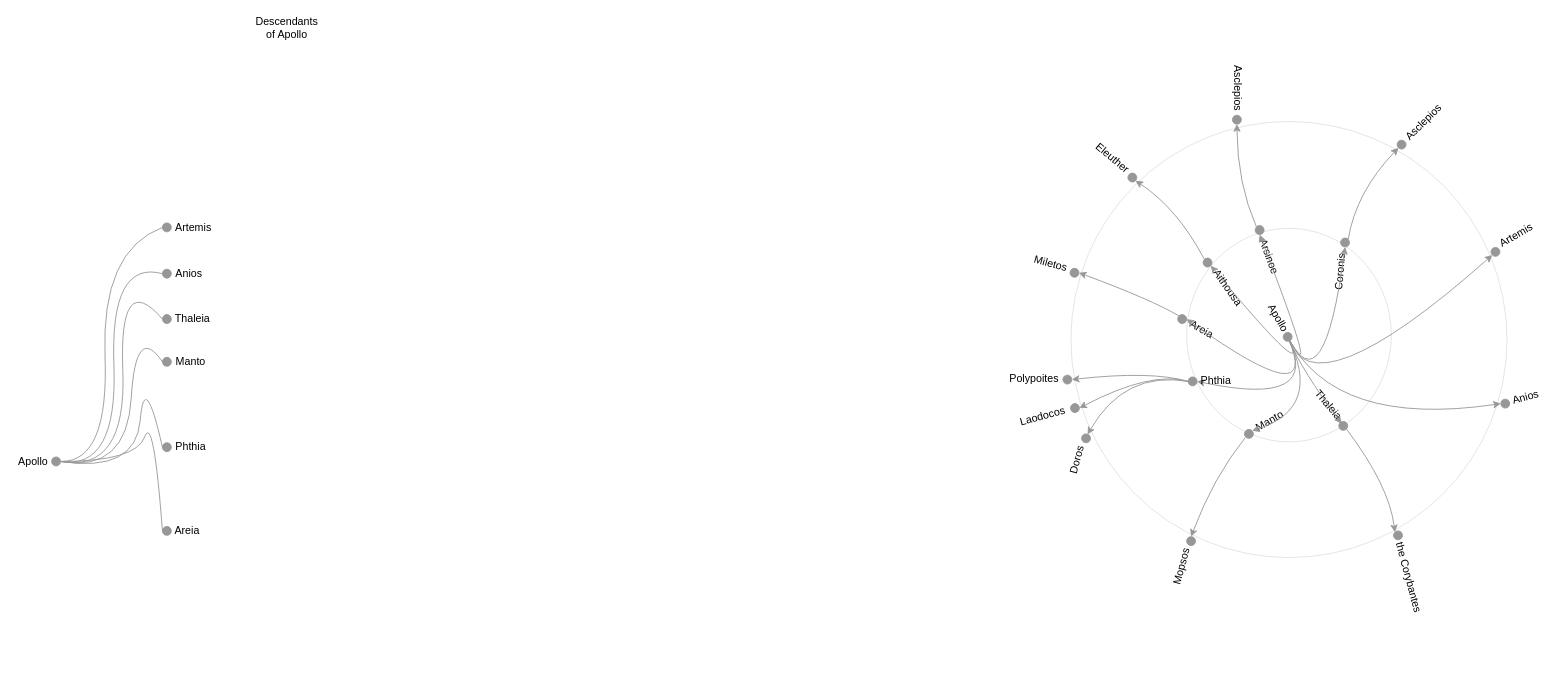
Earlier version of the draw.io diagram page "Linear tidytree" (3 of 3) of img/Tidytree and Dendrograms.drawio (yayalu/greekgraphs-prototypes). Source tidied: cells renumbered, new cells numbered last; positions are measured from the earlier drawing's top-left corner, leaving out a move shared by most shapes. Both pictures are drawn from the tidied source at 89%, with x=0, y=0 at pixel (14, 19).
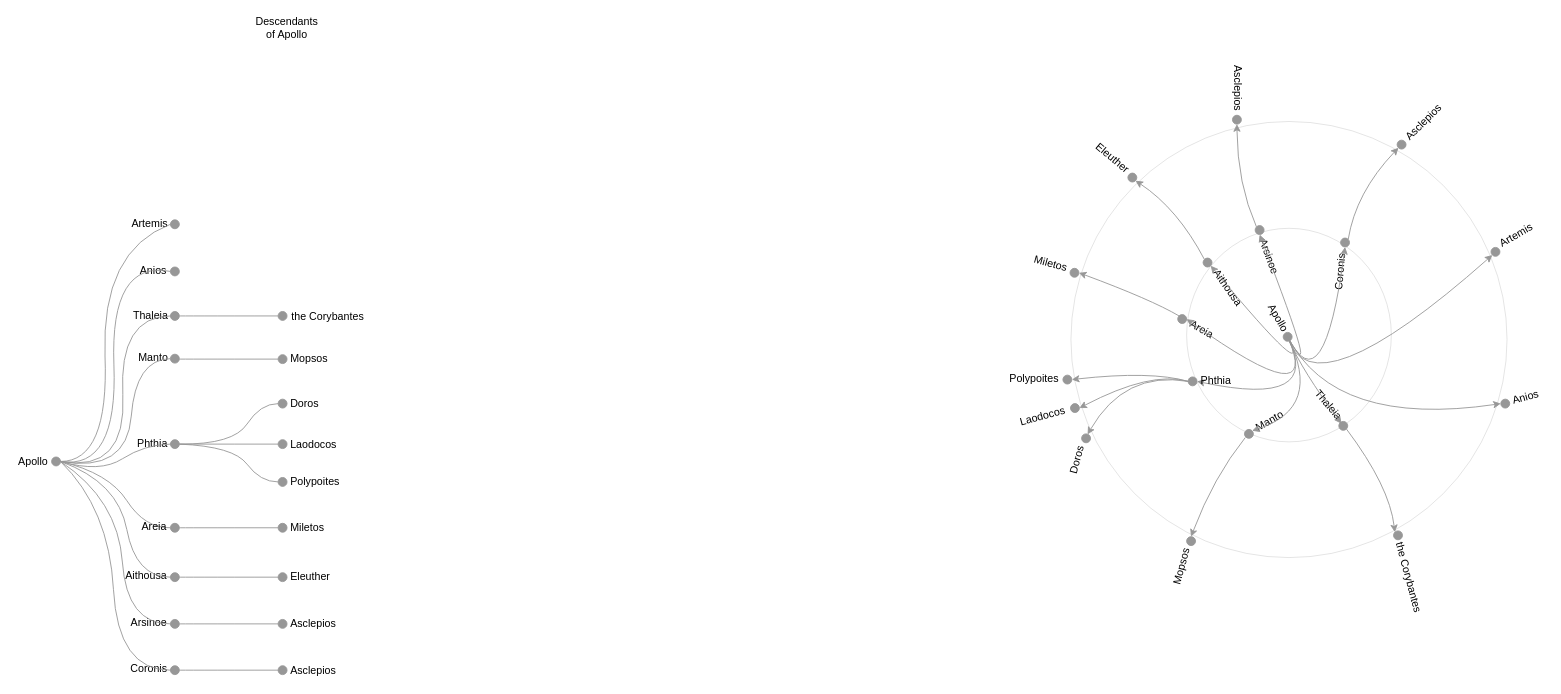
The same page after the edit.

Commit message:
Finished linear tidytree

Unchanged cells that the change refers to:
```xml
<mxCell id="61" style="ellipse;whiteSpace=wrap;html=1;fillColor=#979797;strokeColor=#979797;" parent="1" vertex="1">
  <mxGeometry x="41.5" y="492" width="10" height="10" as="geometry" />
</mxCell>
```

The edit, as a diff of the source:
```diff
@@
     <mxCell id="63" style="ellipse;whiteSpace=wrap;html=1;fillColor=#979797;strokeColor=#979797;" parent="1" vertex="1">
-      <mxGeometry x="166" y="229" width="10" height="10" as="geometry" />
+      <mxGeometry x="175" y="225.5" width="10" height="10" as="geometry" />
     </mxCell>
     <mxCell id="64" value="Artemis" style="text;html=1;strokeColor=none;fillColor=none;align=center;verticalAlign=middle;whiteSpace=wrap;rounded=0;rotation=0;" parent="1" vertex="1">
-      <mxGeometry x="181" y="224" width="40" height="20" as="geometry" />
+      <mxGeometry x="132" y="219.5" width="40" height="20" as="geometry" />
     </mxCell>
-    <mxCell id="65" style="curved=1;endArrow=none;html=1;strokeColor=#979797;entryX=0;entryY=0.5;entryDx=0;entryDy=0;exitX=1;exitY=0.5;exitDx=0;exitDy=0;endFill=0;" parent="1" edge="1" target="63">
+    <mxCell id="65" style="curved=1;endArrow=none;html=1;strokeColor=#979797;entryX=0;entryY=0.5;entryDx=0;entryDy=0;exitX=1;exitY=0.5;exitDx=0;exitDy=0;endFill=0;" parent="1" edge="1" source="61" target="63">
       <mxGeometry relative="1" as="geometry">
-        <mxPoint x="52.5" y="497" as="sourcePoint" />
         <Array as="points">
           <mxPoint x="106" y="497" />
           <mxPoint x="97" y="260" />
         </Array>
       </mxGeometry>
     </mxCell>
     <mxCell id="66" style="ellipse;whiteSpace=wrap;html=1;fillColor=#979797;strokeColor=#979797;" parent="1" vertex="1">
-      <mxGeometry x="166" y="281" width="10" height="10" as="geometry" />
+      <mxGeometry x="175" y="278.5" width="10" height="10" as="geometry" />
     </mxCell>
     <mxCell id="67" value="Anios" style="text;html=1;strokeColor=none;fillColor=none;align=center;verticalAlign=middle;whiteSpace=wrap;rounded=0;rotation=0;" parent="1" vertex="1">
-      <mxGeometry x="176" y="276" width="40" height="20" as="geometry" />
+      <mxGeometry x="136" y="272.9" width="40" height="20" as="geometry" />
     </mxCell>
@@
     <mxCell id="69" style="ellipse;whiteSpace=wrap;html=1;fillColor=#979797;strokeColor=#979797;" parent="1" vertex="1">
-      <mxGeometry x="166" y="332" width="10" height="10" as="geometry" />
+      <mxGeometry x="175" y="328.5" width="10" height="10" as="geometry" />
     </mxCell>
     <mxCell id="70" value="Thaleia" style="text;html=1;strokeColor=none;fillColor=none;align=center;verticalAlign=middle;whiteSpace=wrap;rounded=0;rotation=0;" parent="1" vertex="1">
-      <mxGeometry x="180" y="327" width="40" height="20" as="geometry" />
+      <mxGeometry x="133" y="323" width="40" height="20" as="geometry" />
     </mxCell>
     <mxCell id="71" style="curved=1;endArrow=none;html=1;strokeColor=#979797;entryX=0;entryY=0.5;entryDx=0;entryDy=0;exitX=1;exitY=0.5;exitDx=0;exitDy=0;endFill=0;" parent="1" edge="1" source="61" target="69">
       <mxGeometry relative="1" as="geometry">
         <Array as="points">
           <mxPoint x="126" y="510" />
-          <mxPoint x="117" y="280" />
+          <mxPoint x="117" y="334" />
         </Array>
       </mxGeometry>
     </mxCell>
     <mxCell id="72" style="ellipse;whiteSpace=wrap;html=1;fillColor=#979797;strokeColor=#979797;" parent="1" vertex="1">
-      <mxGeometry x="166" y="380" width="10" height="10" as="geometry" />
+      <mxGeometry x="175" y="376.5" width="10" height="10" as="geometry" />
     </mxCell>
     <mxCell id="73" value="Manto" style="text;html=1;strokeColor=none;fillColor=none;align=center;verticalAlign=middle;whiteSpace=wrap;rounded=0;rotation=0;" parent="1" vertex="1">
-      <mxGeometry x="178" y="375" width="40" height="20" as="geometry" />
+      <mxGeometry x="136" y="371" width="40" height="20" as="geometry" />
     </mxCell>
     <mxCell id="74" style="curved=1;endArrow=none;html=1;strokeColor=#979797;entryX=0;entryY=0.5;entryDx=0;entryDy=0;exitX=1;exitY=0.5;exitDx=0;exitDy=0;endFill=0;" parent="1" edge="1" source="61" target="72">
       <mxGeometry relative="1" as="geometry">
         <Array as="points">
           <mxPoint x="126" y="510" />
-          <mxPoint x="136" y="341" />
+          <mxPoint x="136" y="382" />
         </Array>
       </mxGeometry>
     </mxCell>
     <mxCell id="75" style="ellipse;whiteSpace=wrap;html=1;fillColor=#979797;strokeColor=#979797;" parent="1" vertex="1">
-      <mxGeometry x="166" y="476" width="10" height="10" as="geometry" />
+      <mxGeometry x="175" y="472.5" width="10" height="10" as="geometry" />
     </mxCell>
     <mxCell id="76" value="Phthia" style="text;html=1;strokeColor=none;fillColor=none;align=center;verticalAlign=middle;whiteSpace=wrap;rounded=0;rotation=0;" parent="1" vertex="1">
-      <mxGeometry x="178" y="471" width="40" height="20" as="geometry" />
+      <mxGeometry x="135" y="467" width="40" height="20" as="geometry" />
     </mxCell>
     <mxCell id="77" style="curved=1;endArrow=none;html=1;strokeColor=#979797;entryX=0;entryY=0.5;entryDx=0;entryDy=0;exitX=1;exitY=0.5;exitDx=0;exitDy=0;endFill=0;" parent="1" edge="1" source="61" target="75">
       <mxGeometry relative="1" as="geometry">
         <Array as="points">
-          <mxPoint x="136" y="510" />
-          <mxPoint x="146" y="392" />
+          <mxPoint x="96" y="510" />
+          <mxPoint x="146" y="478" />
         </Array>
       </mxGeometry>
     </mxCell>
     <mxCell id="78" style="ellipse;whiteSpace=wrap;html=1;fillColor=#979797;strokeColor=#979797;" parent="1" vertex="1">
-      <mxGeometry x="166" y="570" width="10" height="10" as="geometry" />
+      <mxGeometry x="175" y="566.5" width="10" height="10" as="geometry" />
     </mxCell>
+    <mxCell id="80" style="curved=1;endArrow=none;html=1;strokeColor=#979797;entryX=0;entryY=0.5;entryDx=0;entryDy=0;endFill=0;exitX=1;exitY=0.5;exitDx=0;exitDy=0;" parent="1" edge="1" source="61" target="78">
+      <mxGeometry relative="1" as="geometry">
+        <Array as="points">
+          <mxPoint x="106" y="510" />
+          <mxPoint x="146" y="572" />
+        </Array>
+      </mxGeometry>
+    </mxCell>
     <mxCell id="79" value="Areia" style="text;html=1;strokeColor=none;fillColor=none;align=center;verticalAlign=middle;whiteSpace=wrap;rounded=0;rotation=0;" parent="1" vertex="1">
-      <mxGeometry x="174" y="565" width="40" height="20" as="geometry" />
+      <mxGeometry x="137" y="560" width="40" height="20" as="geometry" />
     </mxCell>
-    <mxCell id="80" style="curved=1;endArrow=none;html=1;strokeColor=#979797;entryX=0;entryY=0.5;entryDx=0;entryDy=0;exitX=1;exitY=0.5;exitDx=0;exitDy=0;endFill=0;" parent="1" edge="1" source="61" target="78">
-      <mxGeometry relative="1" as="geometry">
-        <Array as="points">
-          <mxPoint x="136" y="497" />
-          <mxPoint x="156" y="442" />
-        </Array>
-      </mxGeometry>
-    </mxCell>
+    <mxCell id="81" style="ellipse;whiteSpace=wrap;html=1;fillColor=#979797;strokeColor=#979797;" parent="1" vertex="1">
+      <mxGeometry x="296" y="328.5" width="10" height="10" as="geometry" />
+    </mxCell>
+    <mxCell id="82" style="curved=1;endArrow=none;html=1;strokeColor=#979797;entryX=0;entryY=0.5;entryDx=0;entryDy=0;endFill=0;exitX=1;exitY=0.5;exitDx=0;exitDy=0;" parent="1" edge="1" source="69" target="81">
+      <mxGeometry relative="1" as="geometry" />
+    </mxCell>
+    <mxCell id="83" value="the Corybantes" style="text;html=1;strokeColor=none;fillColor=none;align=center;verticalAlign=middle;whiteSpace=wrap;rounded=0;rotation=0;" parent="1" vertex="1">
+      <mxGeometry x="308" y="323.5" width="88" height="20" as="geometry" />
+    </mxCell>
+    <mxCell id="84" style="ellipse;whiteSpace=wrap;html=1;fillColor=#979797;strokeColor=#979797;" parent="1" vertex="1">
+      <mxGeometry x="296" y="377" width="10" height="10" as="geometry" />
+    </mxCell>
+    <mxCell id="85" style="curved=1;endArrow=none;html=1;strokeColor=#979797;entryX=0;entryY=0.5;entryDx=0;entryDy=0;endFill=0;exitX=1;exitY=0.5;exitDx=0;exitDy=0;" parent="1" edge="1" target="84">
+      <mxGeometry relative="1" as="geometry">
+        <mxPoint x="185" y="382" as="sourcePoint" />
+      </mxGeometry>
+    </mxCell>
+    <mxCell id="86" value="Mopsos" style="text;html=1;strokeColor=none;fillColor=none;align=left;verticalAlign=middle;whiteSpace=wrap;rounded=0;rotation=0;" parent="1" vertex="1">
+      <mxGeometry x="308" y="372" width="88" height="20" as="geometry" />
+    </mxCell>
+    <mxCell id="87" style="ellipse;whiteSpace=wrap;html=1;fillColor=#979797;strokeColor=#979797;" parent="1" vertex="1">
+      <mxGeometry x="296" y="472.5" width="10" height="10" as="geometry" />
+    </mxCell>
+    <mxCell id="88" style="curved=1;endArrow=none;html=1;strokeColor=#979797;entryX=0;entryY=0.5;entryDx=0;entryDy=0;endFill=0;exitX=1;exitY=0.5;exitDx=0;exitDy=0;" parent="1" edge="1" target="87">
+      <mxGeometry relative="1" as="geometry">
+        <mxPoint x="185" y="477.5" as="sourcePoint" />
+      </mxGeometry>
+    </mxCell>
+    <mxCell id="89" value="Laodocos" style="text;html=1;strokeColor=none;fillColor=none;align=left;verticalAlign=middle;whiteSpace=wrap;rounded=0;rotation=0;" parent="1" vertex="1">
+      <mxGeometry x="308" y="467.5" width="88" height="20" as="geometry" />
+    </mxCell>
+    <mxCell id="90" style="ellipse;whiteSpace=wrap;html=1;fillColor=#979797;strokeColor=#979797;" parent="1" vertex="1">
+      <mxGeometry x="296" y="427" width="10" height="10" as="geometry" />
+    </mxCell>
+    <mxCell id="91" value="Doros" style="text;html=1;strokeColor=none;fillColor=none;align=left;verticalAlign=middle;whiteSpace=wrap;rounded=0;rotation=0;" parent="1" vertex="1">
+      <mxGeometry x="308" y="422" width="88" height="20" as="geometry" />
+    </mxCell>
+    <mxCell id="92" style="ellipse;whiteSpace=wrap;html=1;fillColor=#979797;strokeColor=#979797;" parent="1" vertex="1">
+      <mxGeometry x="296" y="515" width="10" height="10" as="geometry" />
+    </mxCell>
+    <mxCell id="93" value="Polypoites" style="text;html=1;strokeColor=none;fillColor=none;align=left;verticalAlign=middle;whiteSpace=wrap;rounded=0;rotation=0;" parent="1" vertex="1">
+      <mxGeometry x="308" y="510" width="88" height="20" as="geometry" />
+    </mxCell>
+    <mxCell id="94" style="curved=1;endArrow=none;html=1;strokeColor=#979797;endFill=0;exitX=1;exitY=0.5;exitDx=0;exitDy=0;entryX=0;entryY=0.5;entryDx=0;entryDy=0;" parent="1" edge="1" source="75" target="90">
+      <mxGeometry relative="1" as="geometry">
+        <Array as="points">
+          <mxPoint x="246" y="478" />
+          <mxPoint x="276" y="432" />
+        </Array>
+      </mxGeometry>
+    </mxCell>
+    <mxCell id="95" style="curved=1;endArrow=none;html=1;strokeColor=#979797;endFill=0;entryX=0;entryY=0.5;entryDx=0;entryDy=0;exitX=1;exitY=0.5;exitDx=0;exitDy=0;" parent="1" edge="1" source="75" target="92">
+      <mxGeometry relative="1" as="geometry">
+        <Array as="points">
+          <mxPoint x="246" y="480" />
+          <mxPoint x="276" y="520" />
+        </Array>
+      </mxGeometry>
+    </mxCell>
+    <mxCell id="96" style="ellipse;whiteSpace=wrap;html=1;fillColor=#979797;strokeColor=#979797;" parent="1" vertex="1">
+      <mxGeometry x="296" y="566.5" width="10" height="10" as="geometry" />
+    </mxCell>
+    <mxCell id="97" style="curved=1;endArrow=none;html=1;strokeColor=#979797;entryX=0;entryY=0.5;entryDx=0;entryDy=0;endFill=0;exitX=1;exitY=0.5;exitDx=0;exitDy=0;" parent="1" edge="1" target="96">
+      <mxGeometry relative="1" as="geometry">
+        <mxPoint x="185" y="571.5" as="sourcePoint" />
+      </mxGeometry>
+    </mxCell>
+    <mxCell id="98" value="Miletos" style="text;html=1;strokeColor=none;fillColor=none;align=left;verticalAlign=middle;whiteSpace=wrap;rounded=0;rotation=0;" parent="1" vertex="1">
+      <mxGeometry x="308" y="561.5" width="88" height="20" as="geometry" />
+    </mxCell>
+    <mxCell id="99" style="ellipse;whiteSpace=wrap;html=1;fillColor=#979797;strokeColor=#979797;" parent="1" vertex="1">
+      <mxGeometry x="175" y="622" width="10" height="10" as="geometry" />
+    </mxCell>
+    <mxCell id="100" value="Aithousa" style="text;html=1;strokeColor=none;fillColor=none;align=center;verticalAlign=middle;whiteSpace=wrap;rounded=0;rotation=0;" parent="1" vertex="1">
+      <mxGeometry x="128" y="615.5" width="40" height="20" as="geometry" />
+    </mxCell>
+    <mxCell id="101" style="ellipse;whiteSpace=wrap;html=1;fillColor=#979797;strokeColor=#979797;" parent="1" vertex="1">
+      <mxGeometry x="296" y="622" width="10" height="10" as="geometry" />
+    </mxCell>
+    <mxCell id="102" style="curved=1;endArrow=none;html=1;strokeColor=#979797;entryX=0;entryY=0.5;entryDx=0;entryDy=0;endFill=0;exitX=1;exitY=0.5;exitDx=0;exitDy=0;" parent="1" edge="1" target="101">
+      <mxGeometry relative="1" as="geometry">
+        <mxPoint x="185" y="627" as="sourcePoint" />
+      </mxGeometry>
+    </mxCell>
+    <mxCell id="103" value="Eleuther" style="text;html=1;strokeColor=none;fillColor=none;align=left;verticalAlign=middle;whiteSpace=wrap;rounded=0;rotation=0;" parent="1" vertex="1">
+      <mxGeometry x="308" y="617" width="88" height="20" as="geometry" />
+    </mxCell>
+    <mxCell id="104" style="ellipse;whiteSpace=wrap;html=1;fillColor=#979797;strokeColor=#979797;" parent="1" vertex="1">
+      <mxGeometry x="175" y="674.5" width="10" height="10" as="geometry" />
+    </mxCell>
+    <mxCell id="105" value="Arsinoe" style="text;html=1;strokeColor=none;fillColor=none;align=center;verticalAlign=middle;whiteSpace=wrap;rounded=0;rotation=0;" parent="1" vertex="1">
+      <mxGeometry x="131" y="668" width="40" height="20" as="geometry" />
+    </mxCell>
+    <mxCell id="106" style="ellipse;whiteSpace=wrap;html=1;fillColor=#979797;strokeColor=#979797;" parent="1" vertex="1">
+      <mxGeometry x="296" y="674.5" width="10" height="10" as="geometry" />
+    </mxCell>
+    <mxCell id="107" style="curved=1;endArrow=none;html=1;strokeColor=#979797;entryX=0;entryY=0.5;entryDx=0;entryDy=0;endFill=0;exitX=1;exitY=0.5;exitDx=0;exitDy=0;" parent="1" edge="1" target="106">
+      <mxGeometry relative="1" as="geometry">
+        <mxPoint x="185" y="679.5" as="sourcePoint" />
+      </mxGeometry>
+    </mxCell>
+    <mxCell id="108" value="Asclepios" style="text;html=1;strokeColor=none;fillColor=none;align=left;verticalAlign=middle;whiteSpace=wrap;rounded=0;rotation=0;" parent="1" vertex="1">
+      <mxGeometry x="308" y="669.5" width="88" height="20" as="geometry" />
+    </mxCell>
+    <mxCell id="109" style="ellipse;whiteSpace=wrap;html=1;fillColor=#979797;strokeColor=#979797;" parent="1" vertex="1">
+      <mxGeometry x="175" y="726.5" width="10" height="10" as="geometry" />
+    </mxCell>
+    <mxCell id="110" value="Coronis" style="text;html=1;strokeColor=none;fillColor=none;align=center;verticalAlign=middle;whiteSpace=wrap;rounded=0;rotation=0;" parent="1" vertex="1">
+      <mxGeometry x="131" y="720" width="40" height="20" as="geometry" />
+    </mxCell>
+    <mxCell id="111" style="ellipse;whiteSpace=wrap;html=1;fillColor=#979797;strokeColor=#979797;" parent="1" vertex="1">
+      <mxGeometry x="296" y="726.5" width="10" height="10" as="geometry" />
+    </mxCell>
+    <mxCell id="112" style="curved=1;endArrow=none;html=1;strokeColor=#979797;entryX=0;entryY=0.5;entryDx=0;entryDy=0;endFill=0;exitX=1;exitY=0.5;exitDx=0;exitDy=0;" parent="1" edge="1" target="111">
+      <mxGeometry relative="1" as="geometry">
+        <mxPoint x="185" y="731.5" as="sourcePoint" />
+      </mxGeometry>
+    </mxCell>
+    <mxCell id="113" value="Asclepios" style="text;html=1;strokeColor=none;fillColor=none;align=left;verticalAlign=middle;whiteSpace=wrap;rounded=0;rotation=0;" parent="1" vertex="1">
+      <mxGeometry x="308" y="721.5" width="88" height="20" as="geometry" />
+    </mxCell>
+    <mxCell id="114" style="curved=1;endArrow=none;html=1;strokeColor=#979797;entryX=0;entryY=0.5;entryDx=0;entryDy=0;endFill=0;exitX=1;exitY=0.5;exitDx=0;exitDy=0;" parent="1" edge="1" source="61" target="99">
+      <mxGeometry relative="1" as="geometry">
+        <Array as="points">
+          <mxPoint x="116" y="520" />
+          <mxPoint x="136" y="627" />
+        </Array>
+      </mxGeometry>
+    </mxCell>
+    <mxCell id="115" style="curved=1;endArrow=none;html=1;strokeColor=#979797;entryX=0;entryY=0.5;entryDx=0;entryDy=0;endFill=0;exitX=1;exitY=0.5;exitDx=0;exitDy=0;" parent="1" edge="1" source="61" target="104">
+      <mxGeometry relative="1" as="geometry">
+        <Array as="points">
+          <mxPoint x="116" y="540" />
+          <mxPoint x="126" y="680" />
+        </Array>
+      </mxGeometry>
+    </mxCell>
+    <mxCell id="116" style="curved=1;endArrow=none;html=1;strokeColor=#979797;entryX=0;entryY=0.5;entryDx=0;entryDy=0;endFill=0;exitX=1;exitY=0.5;exitDx=0;exitDy=0;" parent="1" edge="1" source="61" target="109">
+      <mxGeometry relative="1" as="geometry">
+        <Array as="points">
+          <mxPoint x="106" y="550" />
+          <mxPoint x="116" y="732" />
+        </Array>
+      </mxGeometry>
+    </mxCell>
```
